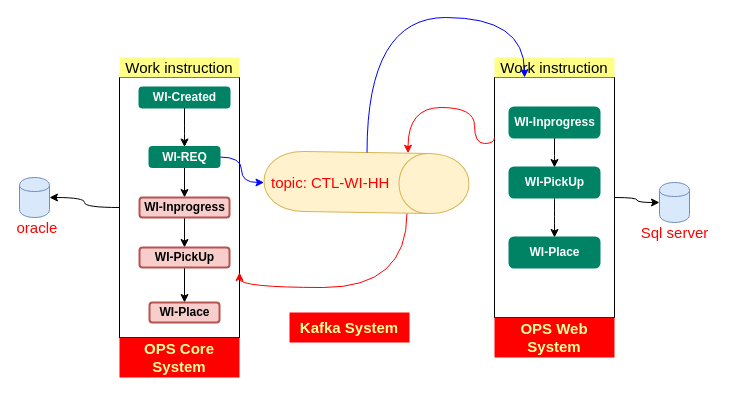
The draw.io diagram page "Sơ đồ trạng thái WI" (2 of 4) of documents/sprint-2/MockupHandHeld.drawio in csu-anzai/SNP-CMS, before the edit. Source tidied: cells renumbered, new cells numbered last; positions are measured from the earlier drawing's top-left corner, leaving out a move shared by most shapes. Both pictures are drawn from the tidied source at 100%, with x=0, y=0 at pixel (19, 17).
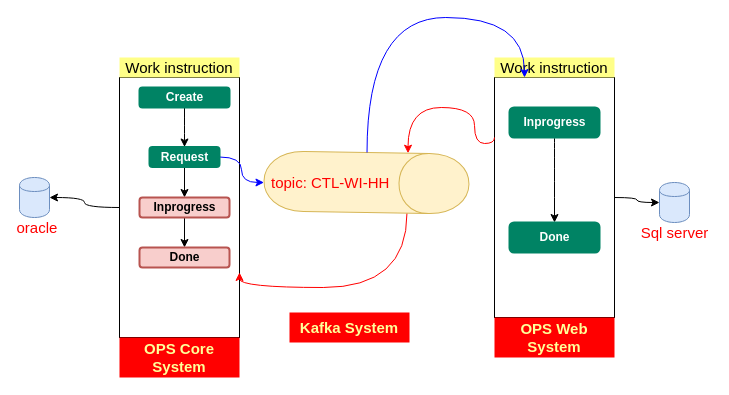
The same page after the edit.

Commit message (it also covers changes not shown here):
cập nhật tài liệu handheld

What changed in the source:
```diff
@@
-    <mxCell id="5" value="WI-Created" style="dashed=0;html=1;rounded=1;fillColor=#008364;strokeColor=#008364;fontSize=12;align=center;fontStyle=1;strokeWidth=2;fontColor=#ffffff;labelBackgroundColor=none;" parent="1" vertex="1">
+    <mxCell id="5" value="Create" style="dashed=0;html=1;rounded=1;fillColor=#008364;strokeColor=#008364;fontSize=12;align=center;fontStyle=1;strokeWidth=2;fontColor=#ffffff;labelBackgroundColor=none;" parent="1" vertex="1">
       <mxGeometry x="120" y="70" width="90" height="20" as="geometry" />
     </mxCell>
@@
-    <mxCell id="8" value="WI-REQ" style="dashed=0;html=1;rounded=1;fillColor=#008364;strokeColor=#008364;fontSize=12;align=center;fontStyle=1;strokeWidth=2;fontColor=#ffffff;labelBackgroundColor=none;" parent="1" vertex="1">
+    <mxCell id="8" value="Request" style="dashed=0;html=1;rounded=1;fillColor=#008364;strokeColor=#008364;fontSize=12;align=center;fontStyle=1;strokeWidth=2;fontColor=#ffffff;labelBackgroundColor=none;" parent="1" vertex="1">
       <mxGeometry x="130" y="129.5" width="70" height="20" as="geometry" />
     </mxCell>
@@
-    <mxCell id="10" value="WI-Inprogress" style="dashed=0;html=1;rounded=1;fillColor=#f8cecc;strokeColor=#b85450;fontSize=12;align=center;fontStyle=1;strokeWidth=2;labelBackgroundColor=none;" parent="1" vertex="1">
+    <mxCell id="10" value="Inprogress" style="dashed=0;html=1;rounded=1;fillColor=#f8cecc;strokeColor=#b85450;fontSize=12;align=center;fontStyle=1;strokeWidth=2;labelBackgroundColor=none;" parent="1" vertex="1">
       <mxGeometry x="120" y="180" width="90" height="20" as="geometry" />
     </mxCell>
-    <mxCell id="11" style="edgeStyle=orthogonalEdgeStyle;rounded=0;jettySize=auto;html=1;startArrow=none;startFill=0;endArrow=classic;endFill=1;endSize=6;strokeColor=#000000;strokeWidth=1;fontSize=15;fontColor=#FF0000;" parent="1" edge="1" source="12" target="13">
-      <mxGeometry relative="1" as="geometry" />
-    </mxCell>
-    <mxCell id="12" value="WI-PickUp" style="dashed=0;html=1;rounded=1;fillColor=#f8cecc;strokeColor=#b85450;fontSize=12;align=center;fontStyle=1;strokeWidth=2;labelBackgroundColor=none;" parent="1" vertex="1">
+    <mxCell id="12" value="Done" style="dashed=0;html=1;rounded=1;fillColor=#f8cecc;strokeColor=#b85450;fontSize=12;align=center;fontStyle=1;strokeWidth=2;labelBackgroundColor=none;" parent="1" vertex="1">
       <mxGeometry x="120" y="230" width="90" height="20" as="geometry" />
     </mxCell>
-    <mxCell id="13" value="WI-Place" style="dashed=0;html=1;rounded=1;fillColor=#f8cecc;strokeColor=#b85450;fontSize=12;align=center;fontStyle=1;strokeWidth=2;labelBackgroundColor=none;" parent="1" vertex="1">
-      <mxGeometry x="130" y="285" width="70" height="20" as="geometry" />
-    </mxCell>
@@
-    <mxCell id="15" value="WI-Inprogress" style="dashed=0;html=1;rounded=1;fillColor=#008364;strokeColor=#008364;fontSize=12;align=center;fontStyle=1;strokeWidth=2;fontColor=#ffffff;labelBackgroundColor=none;" parent="1" vertex="1">
+    <mxCell id="15" value="Inprogress" style="dashed=0;html=1;rounded=1;fillColor=#008364;strokeColor=#008364;fontSize=12;align=center;fontStyle=1;strokeWidth=2;fontColor=#ffffff;labelBackgroundColor=none;" parent="1" vertex="1">
       <mxGeometry x="490" y="90" width="90" height="30" as="geometry" />
     </mxCell>
-    <mxCell id="16" style="edgeStyle=orthogonalEdgeStyle;curved=1;rounded=0;jettySize=auto;html=1;startArrow=none;startFill=0;endArrow=classic;endFill=1;endSize=6;strokeColor=#000000;strokeWidth=1;fontSize=15;fontColor=#FF0000;" parent="1" edge="1" source="17" target="18">
-      <mxGeometry relative="1" as="geometry" />
-    </mxCell>
-    <mxCell id="17" value="WI-PickUp" style="dashed=0;html=1;rounded=1;fillColor=#008364;strokeColor=#008364;fontSize=12;align=center;fontStyle=1;strokeWidth=2;fontColor=#ffffff;labelBackgroundColor=none;" parent="1" vertex="1">
-      <mxGeometry x="490" y="150" width="90" height="30" as="geometry" />
+    <mxCell id="17" value="Done" style="dashed=0;html=1;rounded=1;fillColor=#008364;strokeColor=#008364;fontSize=12;align=center;fontStyle=1;strokeWidth=2;fontColor=#ffffff;labelBackgroundColor=none;" parent="1" vertex="1">
+      <mxGeometry x="490" y="205" width="90" height="30" as="geometry" />
     </mxCell>
-    <mxCell id="18" value="WI-Place" style="dashed=0;html=1;rounded=1;fillColor=#008364;strokeColor=#008364;fontSize=12;align=center;fontStyle=1;strokeWidth=2;fontColor=#ffffff;labelBackgroundColor=none;" parent="1" vertex="1">
-      <mxGeometry x="490" y="220" width="90" height="30" as="geometry" />
-    </mxCell>
```
